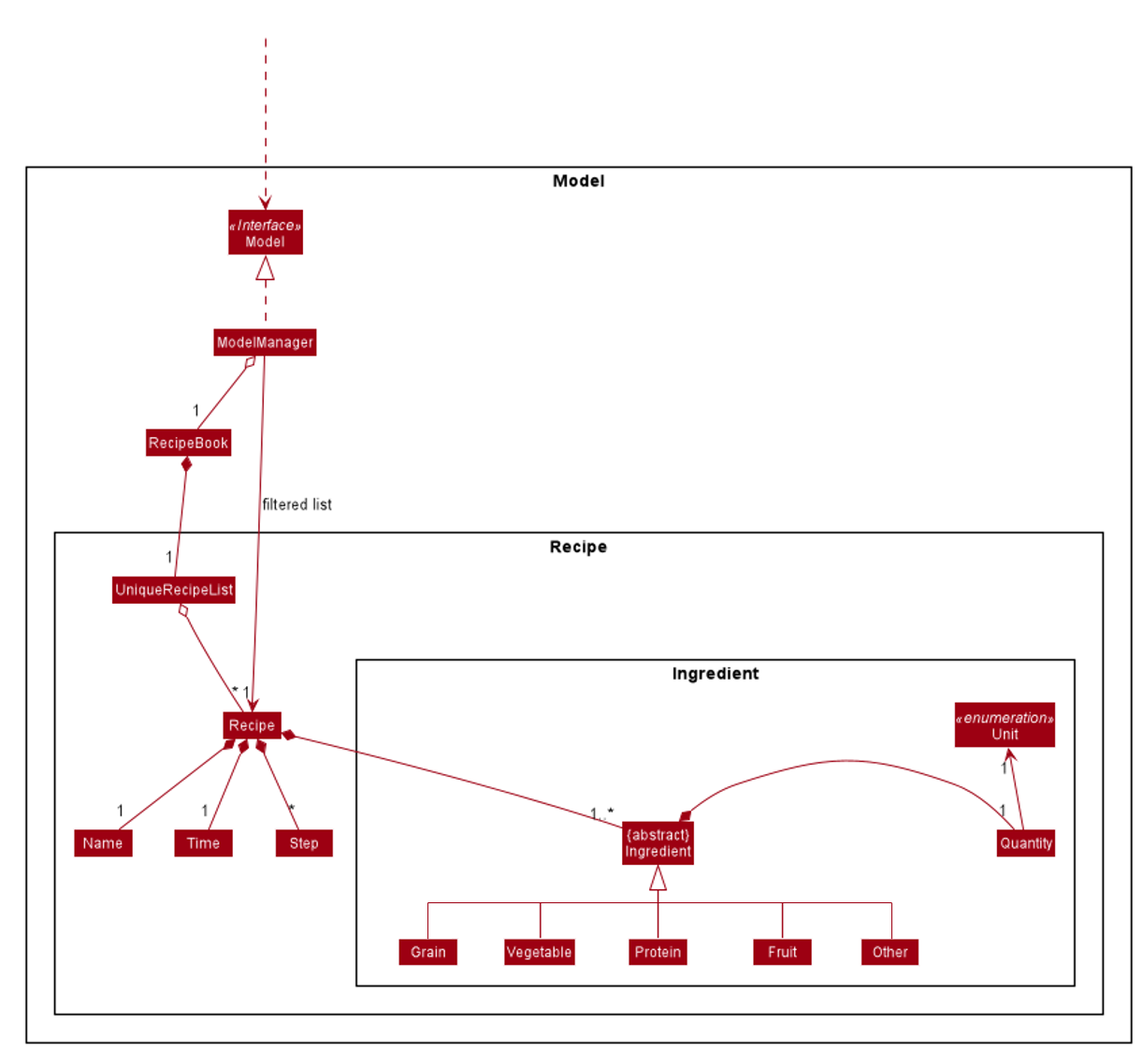
The PlantUML diagram docs/images/ModelRecipeClassDiagram.png in nus-cs2103-AY1920S2/addressbook-level3, before a commit. Its source is kept beside it as docs/diagrams/ModelRecipeClassDiagram.puml. Its diagram source:
```plantuml
@startuml
!include style.puml

skinparam arrowThickness 1.1
skinparam arrowColor MODEL_COLOR
skinparam classBackgroundColor MODEL_COLOR

Class HiddenOutside #FFFFFF

Package Model <<Rectangle>>{

Interface Model <<Interface>>
Class Model
Class ModelManager

Package Recipe {
Class Recipe
Class Name
Class Time
Class Step
Class UniqueRecipeList

Package Ingredient <<Rectangle>> {
Class "{abstract}\nIngredient" as Ingredient
Class Grain
Class Vegetable
Class Protein
Class Fruit
Class Other
Class Quantity
Enum Unit <<enumeration>>

Class HiddenOne #FFFFFF
Class HiddenTwo #FFFFFF
Class HiddenThree #FFFFFF
Class HiddenFour #FFFFFF
}
}

HiddenOutside ...> Model
ModelManager o-- "1" RecipeBook
ModelManager .up.|> Model
ModelManager --> "1" Recipe : filtered list

RecipeBook *-- "1" UniqueRecipeList
UniqueRecipeList o-- "*" Recipe
Recipe *-- "1" Name
Recipe *-- "1" Time
Recipe *-- "*" Step
Recipe *-- "1..*" Ingredient

HiddenOne -down- Grain
HiddenTwo -down- Vegetable
Ingredient <|-- Protein
HiddenThree -down- Fruit
HiddenFour -down- Other


Grain -[hidden]right-> Vegetable
Vegetable -[hidden]right-> Protein
Protein -[hidden]right-> Fruit
Fruit -[hidden]right-> Other


Ingredient *-right- "1" Quantity
Quantity -up-> "1" Unit
Name -[hidden]right-> Time
Time -[hidden]right-> Step

@enduml
```
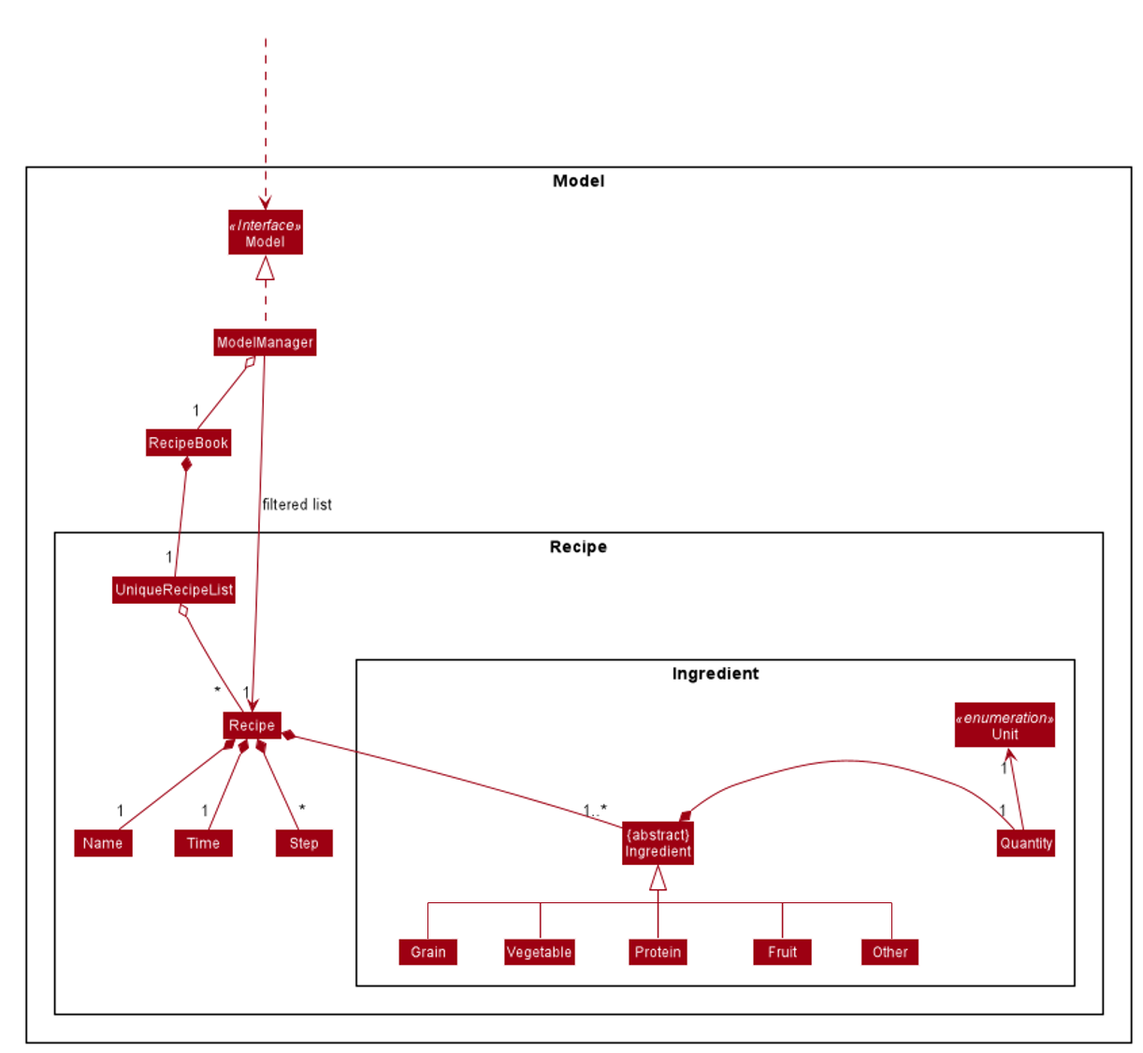
After the commit.

Change to the diagram source:
```diff
@@ -43,11 +43,11 @@
 ModelManager --> "1" Recipe : filtered list
 
 RecipeBook *-- "1" UniqueRecipeList
-UniqueRecipeList o-- "*" Recipe
+UniqueRecipeList o-- "                  *" Recipe
 Recipe *-- "1" Name
 Recipe *-- "1" Time
-Recipe *-- "*" Step
-Recipe *-- "1..*" Ingredient
+Recipe *-- "             *" Step
+Recipe *-- "1..*   " Ingredient
 
 HiddenOne -down- Grain
 HiddenTwo -down- Vegetable
```
